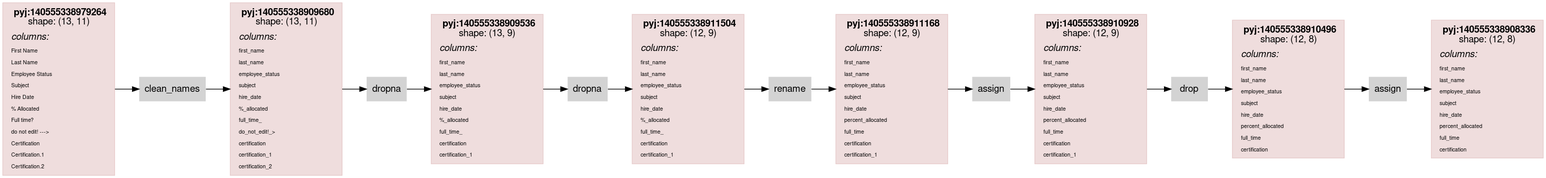
This is scripts/rdflog/dirty-clean-w-cmc.ttl.dot.png from asmirnov69/pyjviz-poc, a Graphviz export, as it was before one commit. Its source is kept beside it as scripts/rdflog/dirty-clean-w-cmc.ttl.dot.
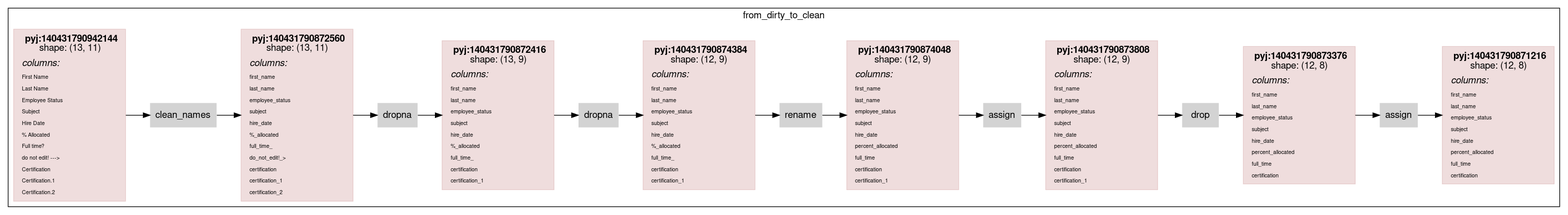
The same diagram one commit later.

What changed in the source:
```diff
@@ -14,7 +14,7 @@
                 color="#88000022"
                 shape = rect
                 label = <<table border="0" cellborder="0" cellspacing="0" cellpadding="4">
-                         <tr> <td> <b>pyj:140555338979264</b><br/>shape: (13, 11)</td> </tr>
+                         <tr> <td> <b>pyj:140431790942144</b><br/>shape: (13, 11)</td> </tr>
                          <tr> <td align="left"><i>columns:</i><br align="left"/></td></tr>
                 <tr><td align="left"><FONT POINT-SIZE="8px">First Name</FONT></td></tr>
 <tr><td align="left"><FONT POINT-SIZE="8px">Last Name</FONT></td></tr>
@@ -33,7 +33,7 @@
                 color="#88000022"
                 shape = rect
                 label = <<table border="0" cellborder="0" cellspacing="0" cellpadding="4">
-                         <tr> <td> <b>pyj:140555338909680</b><br/>shape: (13, 11)</td> </tr>
+                         <tr> <td> <b>pyj:140431790872560</b><br/>shape: (13, 11)</td> </tr>
                          <tr> <td align="left"><i>columns:</i><br align="left"/></td></tr>
                 <tr><td align="left"><FONT POINT-SIZE="8px">first_name</FONT></td></tr>
 <tr><td align="left"><FONT POINT-SIZE="8px">last_name</FONT></td></tr>
@@ -52,7 +52,7 @@
                 color="#88000022"
                 shape = rect
                 label = <<table border="0" cellborder="0" cellspacing="0" cellpadding="4">
-                         <tr> <td> <b>pyj:140555338909536</b><br/>shape: (13, 9)</td> </tr>
+                         <tr> <td> <b>pyj:140431790872416</b><br/>shape: (13, 9)</td> </tr>
                          <tr> <td align="left"><i>columns:</i><br align="left"/></td></tr>
                 <tr><td align="left"><FONT POINT-SIZE="8px">first_name</FONT></td></tr>
 <tr><td align="left"><FONT POINT-SIZE="8px">last_name</FONT></td></tr>
@@ -69,7 +69,7 @@
                 color="#88000022"
                 shape = rect
                 label = <<table border="0" cellborder="0" cellspacing="0" cellpadding="4">
-                         <tr> <td> <b>pyj:140555338911504</b><br/>shape: (12, 9)</td> </tr>
+                         <tr> <td> <b>pyj:140431790874384</b><br/>shape: (12, 9)</td> </tr>
                          <tr> <td align="left"><i>columns:</i><br align="left"/></td></tr>
                 <tr><td align="left"><FONT POINT-SIZE="8px">first_name</FONT></td></tr>
 <tr><td align="left"><FONT POINT-SIZE="8px">last_name</FONT></td></tr>
@@ -86,7 +86,7 @@
                 color="#88000022"
                 shape = rect
                 label = <<table border="0" cellborder="0" cellspacing="0" cellpadding="4">
-                         <tr> <td> <b>pyj:140555338911168</b><br/>shape: (12, 9)</td> </tr>
+                         <tr> <td> <b>pyj:140431790874048</b><br/>shape: (12, 9)</td> </tr>
                          <tr> <td align="left"><i>columns:</i><br align="left"/></td></tr>
                 <tr><td align="left"><FONT POINT-SIZE="8px">first_name</FONT></td></tr>
 <tr><td align="left"><FONT POINT-SIZE="8px">last_name</FONT></td></tr>
@@ -103,7 +103,7 @@
                 color="#88000022"
                 shape = rect
                 label = <<table border="0" cellborder="0" cellspacing="0" cellpadding="4">
-                         <tr> <td> <b>pyj:140555338910928</b><br/>shape: (12, 9)</td> </tr>
+                         <tr> <td> <b>pyj:140431790873808</b><br/>shape: (12, 9)</td> </tr>
                          <tr> <td align="left"><i>columns:</i><br align="left"/></td></tr>
                 <tr><td align="left"><FONT POINT-SIZE="8px">first_name</FONT></td></tr>
 <tr><td align="left"><FONT POINT-SIZE="8px">last_name</FONT></td></tr>
@@ -120,7 +120,7 @@
                 color="#88000022"
                 shape = rect
                 label = <<table border="0" cellborder="0" cellspacing="0" cellpadding="4">
-                         <tr> <td> <b>pyj:140555338910496</b><br/>shape: (12, 8)</td> </tr>
+                         <tr> <td> <b>pyj:140431790873376</b><br/>shape: (12, 8)</td> </tr>
                          <tr> <td align="left"><i>columns:</i><br align="left"/></td></tr>
                 <tr><td align="left"><FONT POINT-SIZE="8px">first_name</FONT></td></tr>
 <tr><td align="left"><FONT POINT-SIZE="8px">last_name</FONT></td></tr>
@@ -136,7 +136,7 @@
                 color="#88000022"
                 shape = rect
                 label = <<table border="0" cellborder="0" cellspacing="0" cellpadding="4">
-                         <tr> <td> <b>pyj:140555338908336</b><br/>shape: (12, 8)</td> </tr>
+                         <tr> <td> <b>pyj:140431790871216</b><br/>shape: (12, 8)</td> </tr>
                          <tr> <td align="left"><i>columns:</i><br align="left"/></td></tr>
                 <tr><td align="left"><FONT POINT-SIZE="8px">first_name</FONT></td></tr>
 <tr><td align="left"><FONT POINT-SIZE="8px">last_name</FONT></td></tr>
@@ -155,6 +155,8 @@
 node0_12 [ label = "assign" ];
 node0_13 [ label = "drop" ];
 node0_14 [ label = "assign" ];
+subgraph cluster_0 {
+label = "from_dirty_to_clean";
 node0_0 -> node0_8;
 node0_1 -> node0_9;
 node0_2 -> node0_10;
@@ -170,3 +172,4 @@
 node0_13 -> node0_6;
 node0_14 -> node0_7;
 }
+}
```
